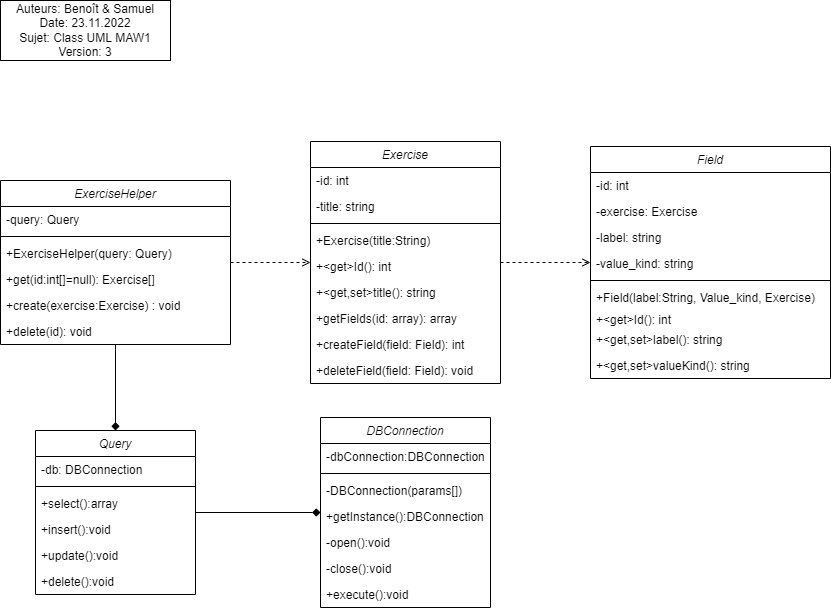
Earlier version of the draw.io export modelisation/ClassUML.png (CPNV-ES/MAW1-BPT-SMD). Source tidied: cells renumbered, new cells last; positions are measured from the earlier drawing's top-left corner, leaving out a move shared by most shapes.
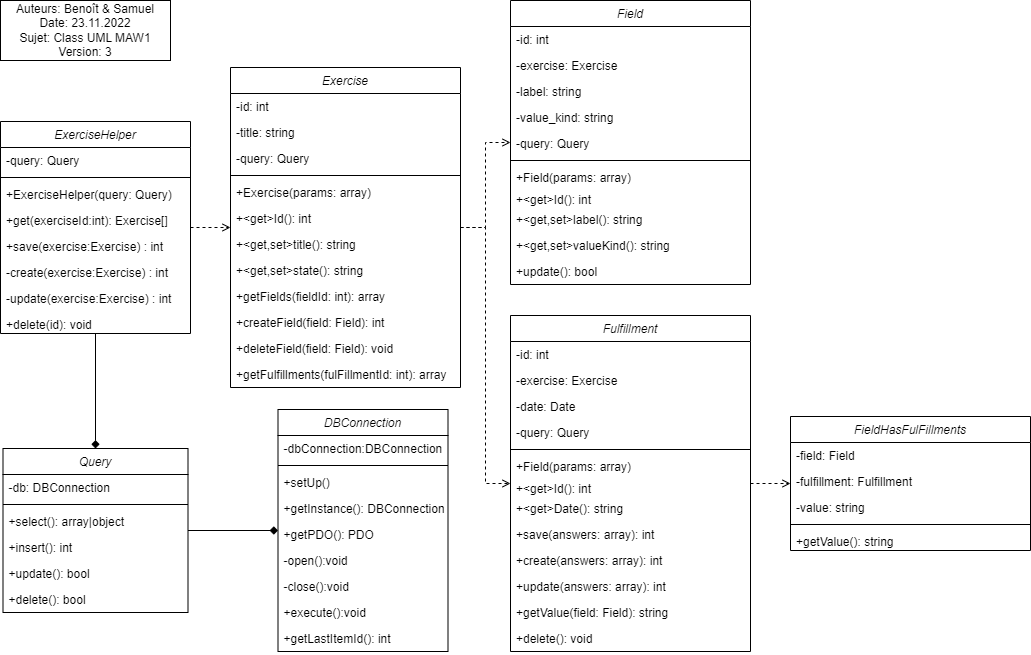
After the change.

Change to the diagram source:
```diff
@@ -5,3 +5,3 @@
     <mxCell id="2" value="DBConnection" style="swimlane;fontStyle=2;align=center;verticalAlign=top;horizontal=1;startSize=26;rounded=0;shadow=0;strokeWidth=1;" parent="1" vertex="1">
-      <mxGeometry x="320" y="417" width="170" height="190" as="geometry" />
+      <mxGeometry x="297.5" y="429" width="170" height="242" as="geometry" />
     </mxCell>
@@ -13,17 +13,23 @@
     </mxCell>
-    <mxCell id="5" value="-DBConnection(params[])" style="text;align=left;verticalAlign=top;spacingLeft=4;spacingRight=4;overflow=hidden;" parent="2" vertex="1">
+    <mxCell id="5" value="+setUp()" style="text;align=left;verticalAlign=top;spacingLeft=4;spacingRight=4;overflow=hidden;" parent="2" vertex="1">
       <mxGeometry y="60" width="170" height="26" as="geometry" />
     </mxCell>
-    <mxCell id="6" value="+getInstance():DBConnection" style="text;align=left;verticalAlign=top;spacingLeft=4;spacingRight=4;overflow=hidden;" parent="2" vertex="1">
+    <mxCell id="6" value="+getInstance(): DBConnection" style="text;align=left;verticalAlign=top;spacingLeft=4;spacingRight=4;overflow=hidden;" parent="2" vertex="1">
       <mxGeometry y="86" width="170" height="26" as="geometry" />
     </mxCell>
+    <mxCell id="49" value="+getPDO(): PDO" style="text;align=left;verticalAlign=top;spacingLeft=4;spacingRight=4;overflow=hidden;" parent="2" vertex="1">
+      <mxGeometry y="112" width="170" height="26" as="geometry" />
+    </mxCell>
     <mxCell id="7" value="-open():void" style="text;align=left;verticalAlign=top;spacingLeft=4;spacingRight=4;overflow=hidden;" parent="2" vertex="1">
-      <mxGeometry y="112" width="170" height="26" as="geometry" />
+      <mxGeometry y="138" width="170" height="26" as="geometry" />
     </mxCell>
     <mxCell id="8" value="-close():void" style="text;align=left;verticalAlign=top;spacingLeft=4;spacingRight=4;overflow=hidden;rounded=0;shadow=0;html=0;" parent="2" vertex="1">
-      <mxGeometry y="138" width="170" height="26" as="geometry" />
+      <mxGeometry y="164" width="170" height="26" as="geometry" />
     </mxCell>
     <mxCell id="9" value="+execute():void" style="text;align=left;verticalAlign=top;spacingLeft=4;spacingRight=4;overflow=hidden;rounded=0;shadow=0;html=0;" parent="2" vertex="1">
-      <mxGeometry y="164" width="170" height="26" as="geometry" />
+      <mxGeometry y="190" width="170" height="26" as="geometry" />
     </mxCell>
+    <mxCell id="50" value="+getLastItemId(): int" style="text;align=left;verticalAlign=top;spacingLeft=4;spacingRight=4;overflow=hidden;rounded=0;shadow=0;html=0;" parent="2" vertex="1">
+      <mxGeometry y="216" width="170" height="26" as="geometry" />
+    </mxCell>
     <mxCell id="10" style="edgeStyle=orthogonalEdgeStyle;rounded=0;jettySize=auto;html=1;startArrow=diamond;startFill=1;endArrow=none;endFill=0;" parent="1" edge="1" source="11" target="29">
@@ -32,75 +38,90 @@
     <mxCell id="11" value="Query" style="swimlane;fontStyle=2;align=center;verticalAlign=top;horizontal=1;startSize=26;rounded=0;shadow=0;strokeWidth=1;" parent="1" vertex="1">
-      <mxGeometry x="35" y="430" width="160" height="164" as="geometry" />
+      <mxGeometry x="22.5" y="468" width="185" height="164" as="geometry" />
     </mxCell>
     <mxCell id="12" value="-db: DBConnection" style="text;align=left;verticalAlign=top;spacingLeft=4;spacingRight=4;overflow=hidden;rounded=0;shadow=0;html=0;" parent="11" vertex="1">
-      <mxGeometry y="26" width="160" height="26" as="geometry" />
+      <mxGeometry y="26" width="185" height="26" as="geometry" />
     </mxCell>
     <mxCell id="13" style="line;html=1;strokeWidth=1;align=left;verticalAlign=middle;spacingTop=-1;spacingLeft=3;spacingRight=3;labelPosition=right;" parent="11" vertex="1">
-      <mxGeometry y="52" width="160" height="8" as="geometry" />
+      <mxGeometry y="52" width="185" height="8" as="geometry" />
     </mxCell>
-    <mxCell id="14" value="+select():array" style="text;align=left;verticalAlign=top;spacingLeft=4;spacingRight=4;overflow=hidden;" parent="11" vertex="1">
-      <mxGeometry y="60" width="160" height="26" as="geometry" />
+    <mxCell id="14" value="+select(): array|object" style="text;align=left;verticalAlign=top;spacingLeft=4;spacingRight=4;overflow=hidden;" parent="11" vertex="1">
+      <mxGeometry y="60" width="185" height="26" as="geometry" />
     </mxCell>
-    <mxCell id="15" value="+insert():void" style="text;align=left;verticalAlign=top;spacingLeft=4;spacingRight=4;overflow=hidden;rounded=0;shadow=0;html=0;" parent="11" vertex="1">
-      <mxGeometry y="86" width="160" height="26" as="geometry" />
+    <mxCell id="15" value="+insert(): int" style="text;align=left;verticalAlign=top;spacingLeft=4;spacingRight=4;overflow=hidden;rounded=0;shadow=0;html=0;" parent="11" vertex="1">
+      <mxGeometry y="86" width="185" height="26" as="geometry" />
     </mxCell>
-    <mxCell id="16" value="+update():void" style="text;align=left;verticalAlign=top;spacingLeft=4;spacingRight=4;overflow=hidden;rounded=0;shadow=0;html=0;" parent="11" vertex="1">
-      <mxGeometry y="112" width="160" height="26" as="geometry" />
+    <mxCell id="16" value="+update(): bool" style="text;align=left;verticalAlign=top;spacingLeft=4;spacingRight=4;overflow=hidden;rounded=0;shadow=0;html=0;" parent="11" vertex="1">
+      <mxGeometry y="112" width="185" height="26" as="geometry" />
     </mxCell>
-    <mxCell id="17" value="+delete():void" style="text;align=left;verticalAlign=top;spacingLeft=4;spacingRight=4;overflow=hidden;rounded=0;shadow=0;html=0;" parent="11" vertex="1">
-      <mxGeometry y="138" width="160" height="26" as="geometry" />
+    <mxCell id="17" value="+delete(): bool" style="text;align=left;verticalAlign=top;spacingLeft=4;spacingRight=4;overflow=hidden;rounded=0;shadow=0;html=0;" parent="11" vertex="1">
+      <mxGeometry y="138" width="185" height="26" as="geometry" />
     </mxCell>
     <mxCell id="18" value="Exercise" style="swimlane;fontStyle=2;align=center;verticalAlign=top;horizontal=1;startSize=26;rounded=0;shadow=0;strokeWidth=1;" parent="1" vertex="1">
-      <mxGeometry x="310" y="141" width="190" height="242" as="geometry" />
+      <mxGeometry x="250" y="87" width="230" height="320" as="geometry" />
     </mxCell>
     <mxCell id="19" value="-id: int" style="text;align=left;verticalAlign=top;spacingLeft=4;spacingRight=4;overflow=hidden;rounded=0;shadow=0;html=0;" parent="18" vertex="1">
-      <mxGeometry y="26" width="190" height="26" as="geometry" />
+      <mxGeometry y="26" width="230" height="26" as="geometry" />
     </mxCell>
     <mxCell id="20" value="-title: string" style="text;align=left;verticalAlign=top;spacingLeft=4;spacingRight=4;overflow=hidden;rounded=0;shadow=0;html=0;" parent="18" vertex="1">
-      <mxGeometry y="52" width="190" height="26" as="geometry" />
+      <mxGeometry y="52" width="230" height="26" as="geometry" />
     </mxCell>
+    <mxCell id="51" value="-query: Query" style="text;align=left;verticalAlign=top;spacingLeft=4;spacingRight=4;overflow=hidden;" parent="18" vertex="1">
+      <mxGeometry y="78" width="230" height="26" as="geometry" />
+    </mxCell>
     <mxCell id="21" style="line;html=1;strokeWidth=1;align=left;verticalAlign=middle;spacingTop=-1;spacingLeft=3;spacingRight=3;labelPosition=right;" parent="18" vertex="1">
-      <mxGeometry y="78" width="190" height="8" as="geometry" />
+      <mxGeometry y="104" width="230" height="8" as="geometry" />
     </mxCell>
-    <mxCell id="22" value="+Exercise(title:String)" style="text;align=left;verticalAlign=top;spacingLeft=4;spacingRight=4;overflow=hidden;rounded=0;shadow=0;html=0;" parent="18" vertex="1">
-      <mxGeometry y="86" width="190" height="26" as="geometry" />
+    <mxCell id="22" value="+Exercise(params: array)" style="text;align=left;verticalAlign=top;spacingLeft=4;spacingRight=4;overflow=hidden;rounded=0;shadow=0;html=0;" parent="18" vertex="1">
+      <mxGeometry y="112" width="230" height="26" as="geometry" />
     </mxCell>
     <mxCell id="23" value="+&lt;get&gt;Id(): int" style="text;align=left;verticalAlign=top;spacingLeft=4;spacingRight=4;overflow=hidden;rounded=0;shadow=0;html=0;" parent="18" vertex="1">
-      <mxGeometry y="112" width="190" height="26" as="geometry" />
+      <mxGeometry y="138" width="230" height="26" as="geometry" />
     </mxCell>
     <mxCell id="24" value="+&lt;get,set&gt;title(): string" style="text;align=left;verticalAlign=top;spacingLeft=4;spacingRight=4;overflow=hidden;rounded=0;shadow=0;html=0;" parent="18" vertex="1">
-      <mxGeometry y="138" width="190" height="26" as="geometry" />
+      <mxGeometry y="164" width="230" height="26" as="geometry" />
     </mxCell>
+    <mxCell id="52" value="+&lt;get,set&gt;state(): string" style="text;align=left;verticalAlign=top;spacingLeft=4;spacingRight=4;overflow=hidden;rounded=0;shadow=0;html=0;" parent="18" vertex="1">
+      <mxGeometry y="190" width="230" height="26" as="geometry" />
+    </mxCell>
-    <mxCell id="25" value="+getFields(id: array): array" style="text;align=left;verticalAlign=top;spacingLeft=4;spacingRight=4;overflow=hidden;rounded=0;shadow=0;html=0;" parent="18" vertex="1">
-      <mxGeometry y="164" width="190" height="26" as="geometry" />
+    <mxCell id="25" value="+getFields(fieldId: int): array" style="text;align=left;verticalAlign=top;spacingLeft=4;spacingRight=4;overflow=hidden;rounded=0;shadow=0;html=0;" parent="18" vertex="1">
+      <mxGeometry y="216" width="230" height="26" as="geometry" />
     </mxCell>
     <mxCell id="26" value="+createField(field: Field): int" style="text;align=left;verticalAlign=top;spacingLeft=4;spacingRight=4;overflow=hidden;rounded=0;shadow=0;html=0;" parent="18" vertex="1">
-      <mxGeometry y="190" width="190" height="26" as="geometry" />
+      <mxGeometry y="242" width="230" height="26" as="geometry" />
     </mxCell>
     <mxCell id="27" value="+deleteField(field: Field): void" style="text;align=left;verticalAlign=top;spacingLeft=4;spacingRight=4;overflow=hidden;rounded=0;shadow=0;html=0;" parent="18" vertex="1">
-      <mxGeometry y="216" width="190" height="26" as="geometry" />
+      <mxGeometry y="268" width="230" height="26" as="geometry" />
     </mxCell>
+    <mxCell id="53" value="+getFulfillments(fulFillmentId: int): array" style="text;align=left;verticalAlign=top;spacingLeft=4;spacingRight=4;overflow=hidden;rounded=0;shadow=0;html=0;" parent="18" vertex="1">
+      <mxGeometry y="294" width="230" height="26" as="geometry" />
+    </mxCell>
     <mxCell id="28" value="Auteurs: Benoît &amp;amp; Samuel&lt;br&gt;Date: 23.11.2022&lt;br&gt;Sujet: Class UML MAW1&lt;br&gt;Version: 3" style="rounded=0;whiteSpace=wrap;html=1;" parent="1" vertex="1">
-      <mxGeometry width="170" height="60" as="geometry" />
+      <mxGeometry x="20" y="20" width="170" height="60" as="geometry" />
     </mxCell>
     <mxCell id="29" value="ExerciseHelper" style="swimlane;fontStyle=2;align=center;verticalAlign=top;horizontal=1;startSize=26;rounded=0;shadow=0;strokeWidth=1;" parent="1" vertex="1">
-      <mxGeometry y="180" width="230" height="164" as="geometry" />
+      <mxGeometry x="20" y="141" width="190" height="212" as="geometry" />
     </mxCell>
     <mxCell id="30" value="-query: Query" style="text;align=left;verticalAlign=top;spacingLeft=4;spacingRight=4;overflow=hidden;" parent="29" vertex="1">
-      <mxGeometry y="26" width="230" height="26" as="geometry" />
+      <mxGeometry y="26" width="190" height="26" as="geometry" />
     </mxCell>
     <mxCell id="31" style="line;html=1;strokeWidth=1;align=left;verticalAlign=middle;spacingTop=-1;spacingLeft=3;spacingRight=3;labelPosition=right;" parent="29" vertex="1">
-      <mxGeometry y="52" width="230" height="8" as="geometry" />
+      <mxGeometry y="52" width="190" height="8" as="geometry" />
     </mxCell>
     <mxCell id="32" value="+ExerciseHelper(query: Query)" style="text;align=left;verticalAlign=top;spacingLeft=4;spacingRight=4;overflow=hidden;rounded=0;shadow=0;html=0;" parent="29" vertex="1">
-      <mxGeometry y="60" width="230" height="26" as="geometry" />
+      <mxGeometry y="60" width="190" height="26" as="geometry" />
     </mxCell>
-    <mxCell id="33" value="+get(id:int[]=null): Exercise[]" style="text;align=left;verticalAlign=top;spacingLeft=4;spacingRight=4;overflow=hidden;" parent="29" vertex="1">
-      <mxGeometry y="86" width="230" height="26" as="geometry" />
+    <mxCell id="33" value="+get(exerciseId:int): Exercise[]" style="text;align=left;verticalAlign=top;spacingLeft=4;spacingRight=4;overflow=hidden;" parent="29" vertex="1">
+      <mxGeometry y="86" width="190" height="26" as="geometry" />
     </mxCell>
-    <mxCell id="34" value="+create(exercise:Exercise) : void" style="text;align=left;verticalAlign=top;spacingLeft=4;spacingRight=4;overflow=hidden;rounded=0;shadow=0;html=0;" parent="29" vertex="1">
-      <mxGeometry y="112" width="230" height="26" as="geometry" />
+    <mxCell id="34" value="+save(exercise:Exercise) : int" style="text;align=left;verticalAlign=top;spacingLeft=4;spacingRight=4;overflow=hidden;rounded=0;shadow=0;html=0;" parent="29" vertex="1">
+      <mxGeometry y="112" width="190" height="26" as="geometry" />
     </mxCell>
+    <mxCell id="54" value="-create(exercise:Exercise) : int" style="text;align=left;verticalAlign=top;spacingLeft=4;spacingRight=4;overflow=hidden;rounded=0;shadow=0;html=0;" parent="29" vertex="1">
+      <mxGeometry y="138" width="190" height="26" as="geometry" />
+    </mxCell>
+    <mxCell id="55" value="-update(exercise:Exercise) : int" style="text;align=left;verticalAlign=top;spacingLeft=4;spacingRight=4;overflow=hidden;rounded=0;shadow=0;html=0;" parent="29" vertex="1">
+      <mxGeometry y="164" width="190" height="26" as="geometry" />
+    </mxCell>
     <mxCell id="35" value="+delete(id): void" style="text;align=left;verticalAlign=top;spacingLeft=4;spacingRight=4;overflow=hidden;rounded=0;shadow=0;html=0;" parent="29" vertex="1">
-      <mxGeometry y="138" width="230" height="26" as="geometry" />
+      <mxGeometry y="190" width="190" height="22" as="geometry" />
     </mxCell>
@@ -113,3 +134,3 @@
     <mxCell id="38" value="Field" style="swimlane;fontStyle=2;align=center;verticalAlign=top;horizontal=1;startSize=26;rounded=0;shadow=0;strokeWidth=1;" parent="1" vertex="1">
-      <mxGeometry x="590" y="146" width="240" height="232" as="geometry" />
+      <mxGeometry x="530" y="20" width="240" height="284" as="geometry" />
     </mxCell>
@@ -127,17 +148,23 @@
     </mxCell>
+    <mxCell id="56" value="-query: Query" style="text;align=left;verticalAlign=top;spacingLeft=4;spacingRight=4;overflow=hidden;" parent="38" vertex="1">
+      <mxGeometry y="130" width="240" height="26" as="geometry" />
+    </mxCell>
     <mxCell id="43" style="line;html=1;strokeWidth=1;align=left;verticalAlign=middle;spacingTop=-1;spacingLeft=3;spacingRight=3;labelPosition=right;" parent="38" vertex="1">
-      <mxGeometry y="130" width="240" height="8" as="geometry" />
+      <mxGeometry y="156" width="240" height="8" as="geometry" />
     </mxCell>
-    <mxCell id="44" value="+Field(label:String, Value_kind, Exercise)" style="text;align=left;verticalAlign=top;spacingLeft=4;spacingRight=4;overflow=hidden;rounded=0;shadow=0;html=0;" parent="38" vertex="1">
-      <mxGeometry y="138" width="240" height="22" as="geometry" />
+    <mxCell id="44" value="+Field(params: array)" style="text;align=left;verticalAlign=top;spacingLeft=4;spacingRight=4;overflow=hidden;rounded=0;shadow=0;html=0;" parent="38" vertex="1">
+      <mxGeometry y="164" width="240" height="22" as="geometry" />
     </mxCell>
     <mxCell id="45" value="+&lt;get&gt;Id(): int" style="text;align=left;verticalAlign=top;spacingLeft=4;spacingRight=4;overflow=hidden;rounded=0;shadow=0;html=0;" parent="38" vertex="1">
-      <mxGeometry y="160" width="240" height="20" as="geometry" />
+      <mxGeometry y="186" width="240" height="20" as="geometry" />
     </mxCell>
     <mxCell id="46" value="+&lt;get,set&gt;label(): string" style="text;align=left;verticalAlign=top;spacingLeft=4;spacingRight=4;overflow=hidden;rounded=0;shadow=0;html=0;" parent="38" vertex="1">
-      <mxGeometry y="180" width="240" height="26" as="geometry" />
+      <mxGeometry y="206" width="240" height="26" as="geometry" />
     </mxCell>
     <mxCell id="47" value="+&lt;get,set&gt;valueKind(): string" style="text;align=left;verticalAlign=top;spacingLeft=4;spacingRight=4;overflow=hidden;rounded=0;shadow=0;html=0;" parent="38" vertex="1">
-      <mxGeometry y="206" width="240" height="26" as="geometry" />
+      <mxGeometry y="232" width="240" height="26" as="geometry" />
     </mxCell>
+    <mxCell id="57" value="+update(): bool" style="text;align=left;verticalAlign=top;spacingLeft=4;spacingRight=4;overflow=hidden;rounded=0;shadow=0;html=0;" parent="38" vertex="1">
+      <mxGeometry y="258" width="240" height="26" as="geometry" />
+    </mxCell>
     <mxCell id="48" style="edgeStyle=orthogonalEdgeStyle;rounded=0;jettySize=auto;html=1;dashed=1;endArrow=open;endFill=0;" parent="1" edge="1" source="18" target="38">
@@ -145,2 +172,68 @@
     </mxCell>
+    <mxCell id="58" value="Fulfillment" style="swimlane;fontStyle=2;align=center;verticalAlign=top;horizontal=1;startSize=26;rounded=0;shadow=0;strokeWidth=1;" parent="1" vertex="1">
+      <mxGeometry x="530" y="335" width="240" height="336" as="geometry" />
+    </mxCell>
+    <mxCell id="59" value="-id: int" style="text;align=left;verticalAlign=top;spacingLeft=4;spacingRight=4;overflow=hidden;rounded=0;shadow=0;html=0;" parent="58" vertex="1">
+      <mxGeometry y="26" width="240" height="26" as="geometry" />
+    </mxCell>
+    <mxCell id="60" value="-exercise: Exercise" style="text;align=left;verticalAlign=top;spacingLeft=4;spacingRight=4;overflow=hidden;rounded=0;shadow=0;html=0;" parent="58" vertex="1">
+      <mxGeometry y="52" width="240" height="26" as="geometry" />
+    </mxCell>
+    <mxCell id="61" value="-date: Date" style="text;align=left;verticalAlign=top;spacingLeft=4;spacingRight=4;overflow=hidden;rounded=0;shadow=0;html=0;" parent="58" vertex="1">
+      <mxGeometry y="78" width="240" height="26" as="geometry" />
+    </mxCell>
+    <mxCell id="62" value="-query: Query" style="text;align=left;verticalAlign=top;spacingLeft=4;spacingRight=4;overflow=hidden;" parent="58" vertex="1">
+      <mxGeometry y="104" width="240" height="26" as="geometry" />
+    </mxCell>
+    <mxCell id="63" style="line;html=1;strokeWidth=1;align=left;verticalAlign=middle;spacingTop=-1;spacingLeft=3;spacingRight=3;labelPosition=right;" parent="58" vertex="1">
+      <mxGeometry y="130" width="240" height="8" as="geometry" />
+    </mxCell>
+    <mxCell id="64" value="+Field(params: array)" style="text;align=left;verticalAlign=top;spacingLeft=4;spacingRight=4;overflow=hidden;rounded=0;shadow=0;html=0;" parent="58" vertex="1">
+      <mxGeometry y="138" width="240" height="22" as="geometry" />
+    </mxCell>
+    <mxCell id="65" value="+&lt;get&gt;Id(): int" style="text;align=left;verticalAlign=top;spacingLeft=4;spacingRight=4;overflow=hidden;rounded=0;shadow=0;html=0;" parent="58" vertex="1">
+      <mxGeometry y="160" width="240" height="20" as="geometry" />
+    </mxCell>
+    <mxCell id="66" value="+&lt;get&gt;Date(): string" style="text;align=left;verticalAlign=top;spacingLeft=4;spacingRight=4;overflow=hidden;rounded=0;shadow=0;html=0;" parent="58" vertex="1">
+      <mxGeometry y="180" width="240" height="26" as="geometry" />
+    </mxCell>
+    <mxCell id="67" value="+save(answers: array): int" style="text;align=left;verticalAlign=top;spacingLeft=4;spacingRight=4;overflow=hidden;rounded=0;shadow=0;html=0;" parent="58" vertex="1">
+      <mxGeometry y="206" width="240" height="26" as="geometry" />
+    </mxCell>
+    <mxCell id="68" value="+create(answers: array): int" style="text;align=left;verticalAlign=top;spacingLeft=4;spacingRight=4;overflow=hidden;rounded=0;shadow=0;html=0;" parent="58" vertex="1">
+      <mxGeometry y="232" width="240" height="26" as="geometry" />
+    </mxCell>
+    <mxCell id="69" value="+update(answers: array): int" style="text;align=left;verticalAlign=top;spacingLeft=4;spacingRight=4;overflow=hidden;rounded=0;shadow=0;html=0;" parent="58" vertex="1">
+      <mxGeometry y="258" width="240" height="26" as="geometry" />
+    </mxCell>
+    <mxCell id="70" value="+getValue(field: Field): string" style="text;align=left;verticalAlign=top;spacingLeft=4;spacingRight=4;overflow=hidden;rounded=0;shadow=0;html=0;" parent="58" vertex="1">
+      <mxGeometry y="284" width="240" height="26" as="geometry" />
+    </mxCell>
+    <mxCell id="71" value="+delete(): void" style="text;align=left;verticalAlign=top;spacingLeft=4;spacingRight=4;overflow=hidden;rounded=0;shadow=0;html=0;" parent="58" vertex="1">
+      <mxGeometry y="310" width="240" height="26" as="geometry" />
+    </mxCell>
+    <mxCell id="72" style="edgeStyle=orthogonalEdgeStyle;rounded=0;jettySize=auto;html=1;dashed=1;endArrow=open;endFill=0;" parent="1" edge="1" source="18" target="58">
+      <mxGeometry relative="1" as="geometry" />
+    </mxCell>
+    <mxCell id="73" value="FieldHasFulFillments" style="swimlane;fontStyle=2;align=center;verticalAlign=top;horizontal=1;startSize=26;rounded=0;shadow=0;strokeWidth=1;" parent="1" vertex="1">
+      <mxGeometry x="810" y="436" width="240" height="134" as="geometry" />
+    </mxCell>
+    <mxCell id="74" value="-field: Field" style="text;align=left;verticalAlign=top;spacingLeft=4;spacingRight=4;overflow=hidden;rounded=0;shadow=0;html=0;" parent="73" vertex="1">
+      <mxGeometry y="26" width="240" height="26" as="geometry" />
+    </mxCell>
+    <mxCell id="75" value="-fulfillment: Fulfillment" style="text;align=left;verticalAlign=top;spacingLeft=4;spacingRight=4;overflow=hidden;rounded=0;shadow=0;html=0;" parent="73" vertex="1">
+      <mxGeometry y="52" width="240" height="26" as="geometry" />
+    </mxCell>
+    <mxCell id="76" value="-value: string" style="text;align=left;verticalAlign=top;spacingLeft=4;spacingRight=4;overflow=hidden;rounded=0;shadow=0;html=0;" parent="73" vertex="1">
+      <mxGeometry y="78" width="240" height="26" as="geometry" />
+    </mxCell>
+    <mxCell id="77" style="line;html=1;strokeWidth=1;align=left;verticalAlign=middle;spacingTop=-1;spacingLeft=3;spacingRight=3;labelPosition=right;" parent="73" vertex="1">
+      <mxGeometry y="104" width="240" height="8" as="geometry" />
+    </mxCell>
+    <mxCell id="78" value="+getValue(): string" style="text;align=left;verticalAlign=top;spacingLeft=4;spacingRight=4;overflow=hidden;rounded=0;shadow=0;html=0;" parent="73" vertex="1">
+      <mxGeometry y="112" width="240" height="22" as="geometry" />
+    </mxCell>
+    <mxCell id="79" style="edgeStyle=orthogonalEdgeStyle;rounded=0;jettySize=auto;html=1;dashed=1;endArrow=open;endFill=0;" parent="1" edge="1" source="58" target="73">
+      <mxGeometry relative="1" as="geometry" />
+    </mxCell>
   </root>
```
